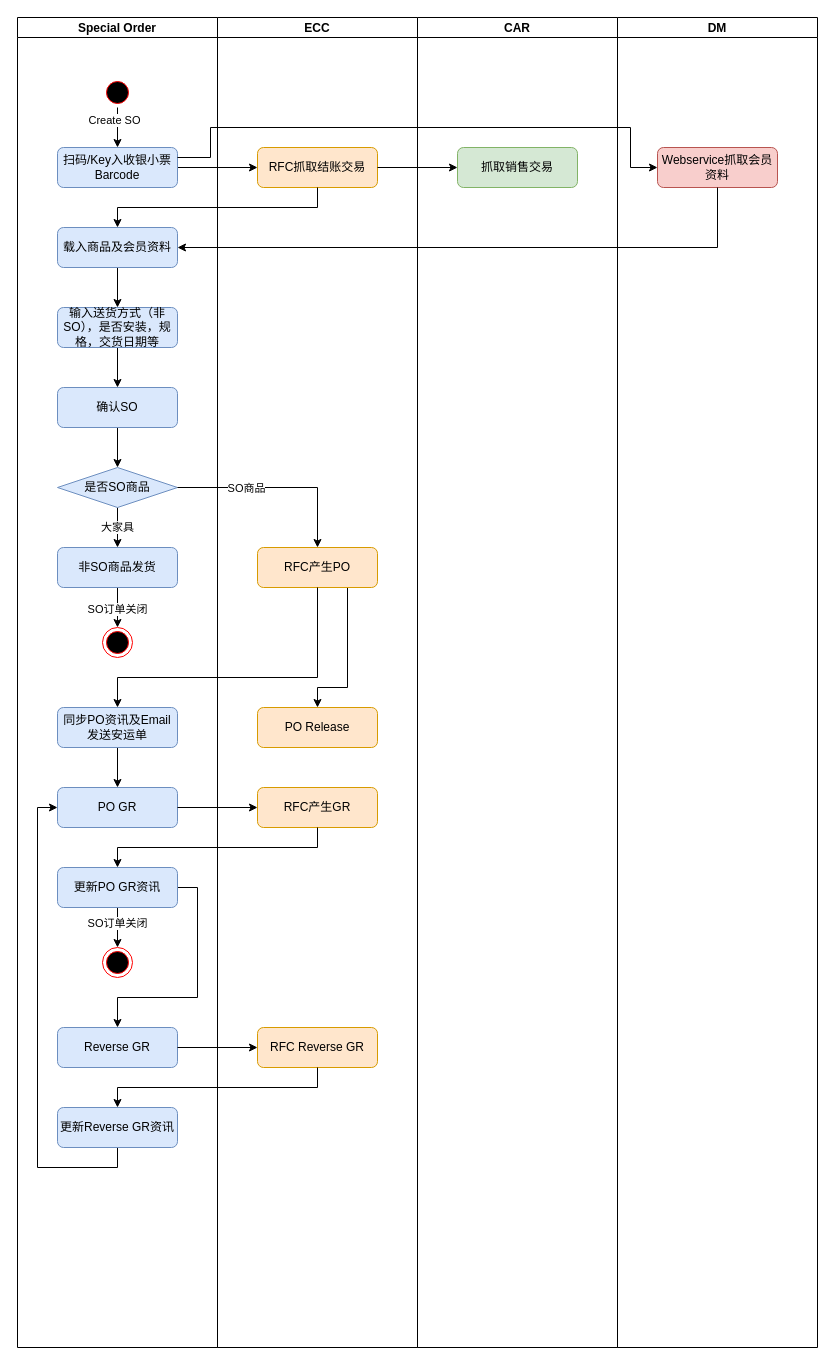
luss613/draw.io keeps this draw.io diagram as page "SO销售系统流程" (5 of 6) of Special Order.drawio. Above is the earlier version. Source tidied: cells renumbered, new cells numbered last; positions are measured from the earlier drawing's top-left corner, leaving out a move shared by most shapes. Both pictures are drawn from the tidied source at 100%, with x=0, y=0 at pixel (17, 17).
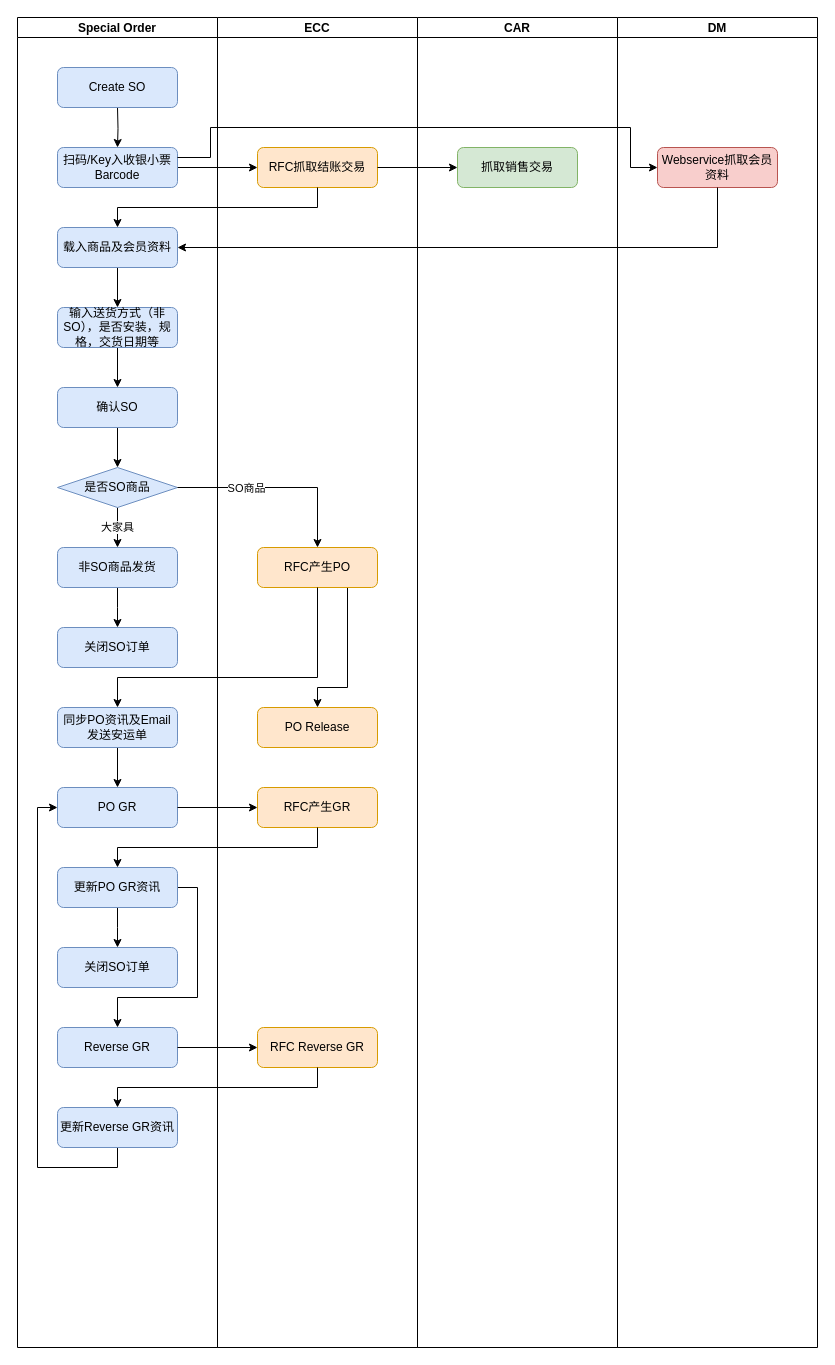
The same page after the edit.

The change refers to these unchanged cells:
```xml
<mxCell id="5" value="扫码/Key入收银小票Barcode" style="rounded=1;whiteSpace=wrap;html=1;fontSize=12;glass=0;strokeWidth=1;shadow=0;fillColor=#dae8fc;strokeColor=#6c8ebf;" parent="1" vertex="1">
  <mxGeometry x="40" y="130" width="120" height="40" as="geometry" />
</mxCell>
<mxCell id="9" value="Special Order" style="swimlane;startSize=20;" parent="1" vertex="1">
  <mxGeometry width="200" height="1330" as="geometry" />
</mxCell>
<mxCell id="22" value="更新PO GR资讯" style="rounded=1;whiteSpace=wrap;html=1;fontSize=12;glass=0;strokeWidth=1;shadow=0;fillColor=#dae8fc;strokeColor=#6c8ebf;" parent="9" vertex="1">
  <mxGeometry x="40" y="850" width="120" height="40" as="geometry" />
</mxCell>
<mxCell id="28" value="非SO商品发货" style="rounded=1;whiteSpace=wrap;html=1;fontSize=12;glass=0;strokeWidth=1;shadow=0;fillColor=#dae8fc;strokeColor=#6c8ebf;" parent="9" vertex="1">
  <mxGeometry x="40" y="530" width="120" height="40" as="geometry" />
</mxCell>
```

The edit, as a diff of the source:
```diff
@@
-    <mxCell id="2" style="edgeStyle=orthogonalEdgeStyle;rounded=0;jettySize=auto;html=1;" parent="1" edge="1" source="29" target="5">
-      <mxGeometry relative="1" as="geometry" />
+    <mxCell id="2" style="edgeStyle=orthogonalEdgeStyle;rounded=0;jettySize=auto;html=1;" parent="1" edge="1" target="5">
+      <mxGeometry relative="1" as="geometry">
+        <mxPoint x="100" y="90" as="sourcePoint" />
+      </mxGeometry>
     </mxCell>
-    <mxCell id="3" value="Create SO" style="edgeLabel;html=1;align=center;verticalAlign=middle;" parent="2" vertex="1">
-      <mxGeometry x="-0.42" y="-4" relative="1" as="geometry" />
-    </mxCell>
@@
-    <mxCell id="19" style="edgeStyle=orthogonalEdgeStyle;rounded=0;jettySize=auto;html=1;" parent="9" edge="1" source="22" target="31">
-      <mxGeometry relative="1" as="geometry" />
+    <mxCell id="19" style="edgeStyle=orthogonalEdgeStyle;rounded=0;jettySize=auto;html=1;" parent="9" edge="1" source="22">
+      <mxGeometry relative="1" as="geometry">
+        <mxPoint x="100" y="930" as="targetPoint" />
+      </mxGeometry>
     </mxCell>
-    <mxCell id="20" value="SO订单关闭" style="edgeLabel;html=1;align=center;verticalAlign=middle;" parent="19" vertex="1">
-      <mxGeometry x="-0.23" y="-1" relative="1" as="geometry" />
-    </mxCell>
@@
-    <mxCell id="26" style="edgeStyle=orthogonalEdgeStyle;rounded=0;jettySize=auto;html=1;" parent="9" edge="1" source="28" target="30">
-      <mxGeometry relative="1" as="geometry" />
+    <mxCell id="26" style="edgeStyle=orthogonalEdgeStyle;rounded=0;jettySize=auto;html=1;" parent="9" edge="1" source="28">
+      <mxGeometry relative="1" as="geometry">
+        <mxPoint x="100" y="610" as="targetPoint" />
+      </mxGeometry>
     </mxCell>
-    <mxCell id="27" value="SO订单关闭" style="edgeLabel;html=1;align=center;verticalAlign=middle;" parent="26" vertex="1">
-      <mxGeometry x="0.03" y="-1" relative="1" as="geometry" />
-    </mxCell>
@@
-    <mxCell id="29" style="ellipse;html=1;shape=startState;fillColor=#000000;strokeColor=#ff0000;" parent="9" vertex="1">
-      <mxGeometry x="85" y="60" width="30" height="30" as="geometry" />
-    </mxCell>
-    <mxCell id="30" style="ellipse;html=1;shape=endState;fillColor=#000000;strokeColor=#ff0000;" parent="9" vertex="1">
-      <mxGeometry x="85" y="610" width="30" height="30" as="geometry" />
-    </mxCell>
-    <mxCell id="31" style="ellipse;html=1;shape=endState;fillColor=#000000;strokeColor=#ff0000;" parent="9" vertex="1">
-      <mxGeometry x="85" y="930" width="30" height="30" as="geometry" />
-    </mxCell>
+    <mxCell id="3" value="Create SO" style="rounded=1;whiteSpace=wrap;html=1;fontSize=12;glass=0;strokeWidth=1;shadow=0;fillColor=#dae8fc;strokeColor=#6c8ebf;" parent="9" vertex="1">
+      <mxGeometry x="40" y="50" width="120" height="40" as="geometry" />
+    </mxCell>
+    <mxCell id="53" value="关闭SO订单" style="rounded=1;whiteSpace=wrap;html=1;fontSize=12;glass=0;strokeWidth=1;shadow=0;fillColor=#dae8fc;strokeColor=#6c8ebf;" parent="9" vertex="1">
+      <mxGeometry x="40" y="610" width="120" height="40" as="geometry" />
+    </mxCell>
+    <mxCell id="54" value="关闭SO订单" style="rounded=1;whiteSpace=wrap;html=1;fontSize=12;glass=0;strokeWidth=1;shadow=0;fillColor=#dae8fc;strokeColor=#6c8ebf;" parent="9" vertex="1">
+      <mxGeometry x="40" y="930" width="120" height="40" as="geometry" />
+    </mxCell>
```
